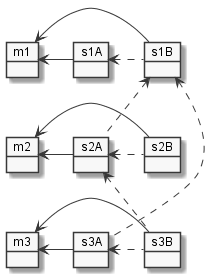
The PlantUML diagram documentation/protocol/img/conn-message-container-late-response.png in researchstudio-sat/webofneeds, before a commit.
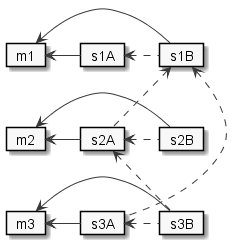
Above is the later version.

What changed in the source:
```diff
@@ -5,17 +5,17 @@
 hide attributes
 
 
-object "m1"  as m1A
-object "s1A"  as s1A
-object "s1B"  as s1B
+card "m1"  as m1A
+card "s1A"  as s1A
+card "s1B"  as s1B
 
-object "m2"  as m2A
-object "s2B"  as s2B
-object "s2A" as s2A
+card "m2"  as m2A
+card "s2B"  as s2B
+card "s2A" as s2A
 
-object "m3"  as m3A
-object "s3B"  as s3B
-object "s3A" as s3A
+card "m3"  as m3A
+card "s3B"  as s3B
+card "s3A" as s3A
 
 s1A --left-->  m1A
 s1B ..left..>  s1A
```
